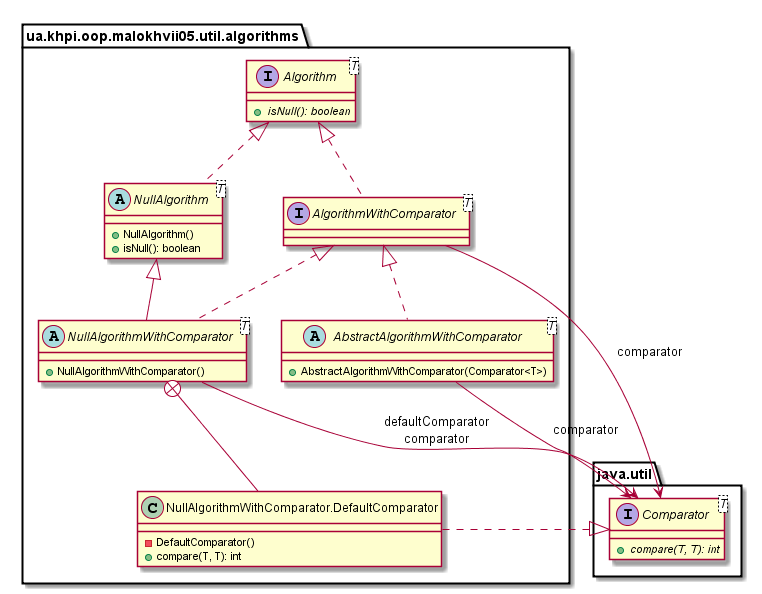
Before: malokhvii-eduard/malokhvii05/doc/plantuml/png/ua.khpi.oop.malokhvii05.util.algorithms.package.png, a diagram exported from PlantUML (P-Kalin/kit26a).
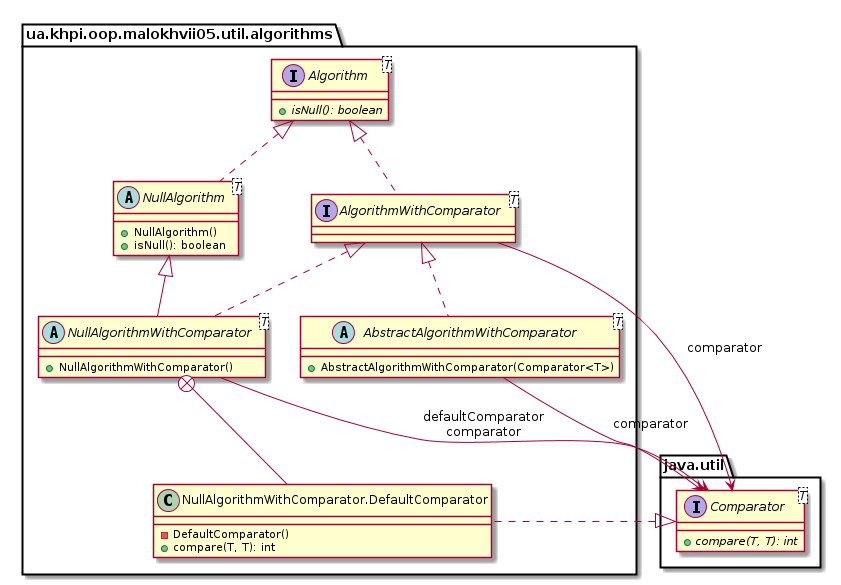
After the commit.

Change to the diagram source:
```diff
@@ -1,6 +1,22 @@
 @startuml
 
     namespace ua.khpi.oop.malokhvii05.util.algorithms {
+
+        interface Algorithm<T> {
+            {abstract} +isNull(): boolean
+        }
+
+        abstract class AbstractAlgorithmWithComparator<T> {
+            +AbstractAlgorithmWithComparator(Comparator<T>)
+        }
+
+        abstract class NullAlgorithm<T> {
+            +NullAlgorithm()
+            +isNull(): boolean
+        }
+
+        interface AlgorithmWithComparator<T> {
+        }
 
         abstract class NullAlgorithmWithComparator<T> {
             +NullAlgorithmWithComparator()
@@ -11,21 +27,11 @@
             +compare(T, T): int
         }
 
-        abstract class NullAlgorithm<T> {
-            +NullAlgorithm()
-            +isNull(): boolean
-        }
+        AlgorithmWithComparator <|.. AbstractAlgorithmWithComparator
 
-        interface AlgorithmWithComparator<T> {
-        }
+        Algorithm <|.. NullAlgorithm
 
-        interface Algorithm<T> {
-            {abstract} +isNull(): boolean
-        }
-
-        abstract class AbstractAlgorithmWithComparator<T> {
-            +AbstractAlgorithmWithComparator(Comparator<T>)
-        }
+        Algorithm <|.. AlgorithmWithComparator
 
         NullAlgorithm <|-- NullAlgorithmWithComparator
 
@@ -38,17 +44,11 @@
 
         NullAlgorithmWithComparator +-- ua.khpi.oop.malokhvii05.util.algorithms.NullAlgorithmWithComparator.DefaultComparator
 
-        Algorithm <|.. NullAlgorithm
-
-        Algorithm <|.. AlgorithmWithComparator
-
-        AlgorithmWithComparator <|.. AbstractAlgorithmWithComparator
-
-        NullAlgorithmWithComparator --> java.util.Comparator: defaultComparator\ncomparator
+        AbstractAlgorithmWithComparator --> java.util.Comparator: comparator
 
         AlgorithmWithComparator --> java.util.Comparator: comparator
 
-        AbstractAlgorithmWithComparator --> java.util.Comparator: comparator
+        NullAlgorithmWithComparator --> java.util.Comparator: defaultComparator\ncomparator
 
     }
 
```
